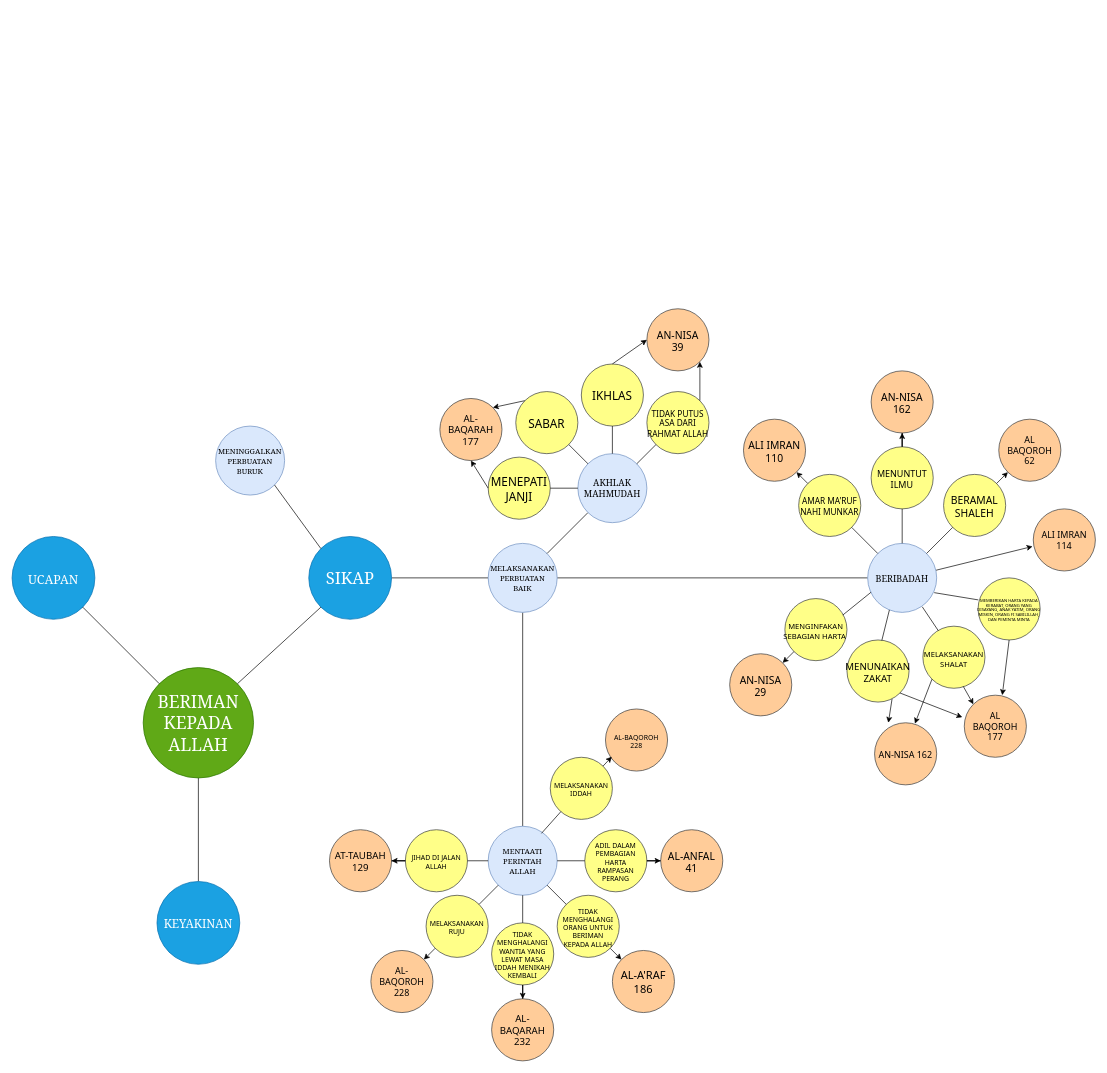
Alfthrpy/Iseng keeps this draw.io diagram as ilta.drawio. Above is the earlier version. Source tidied: cells renumbered, new cells numbered last; positions are measured from the earlier drawing's top-left corner, leaving out a move shared by most shapes. Both pictures are drawn from the tidied source at 69%, with x=0, y=0 at pixel (12, 288).
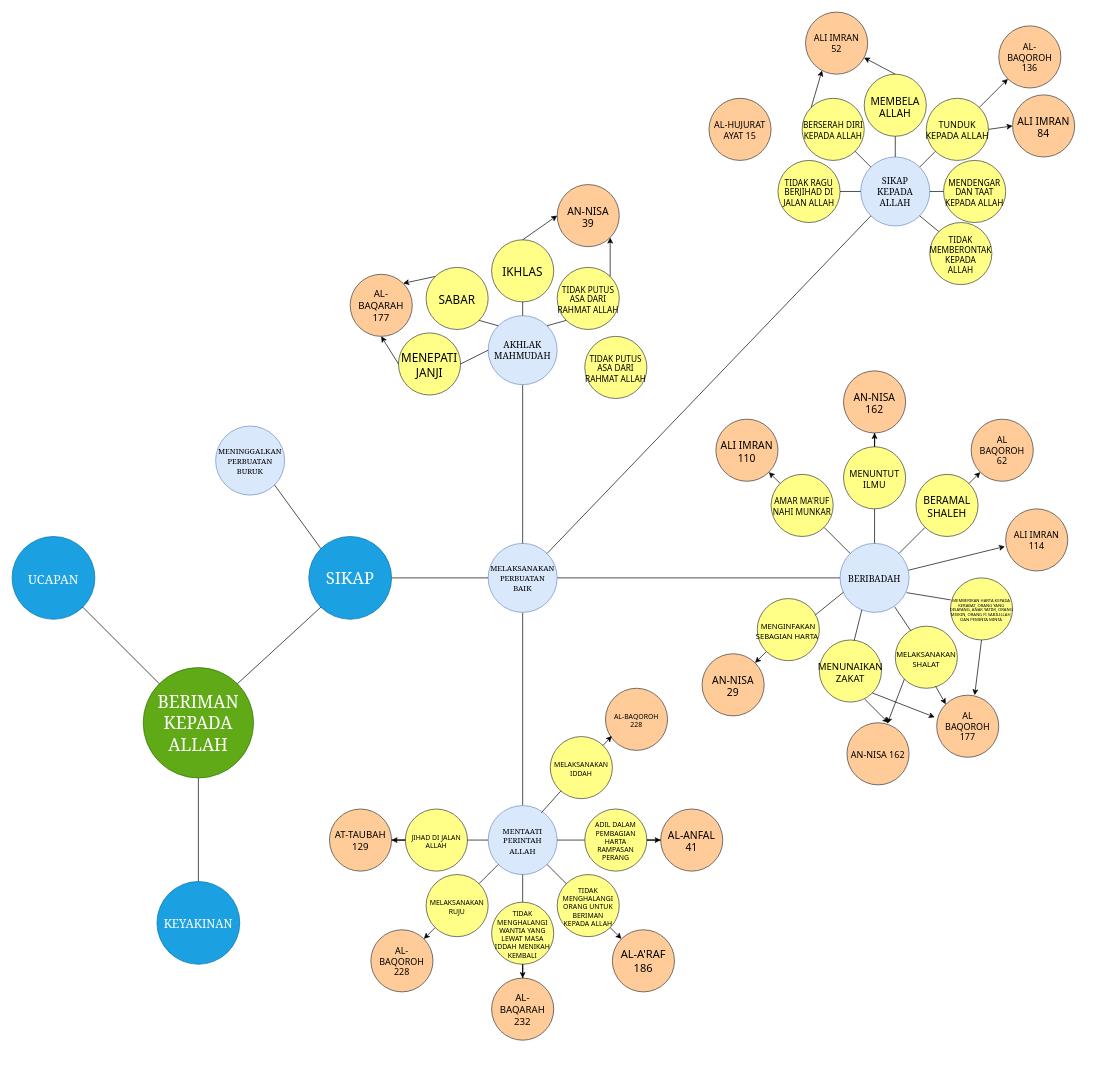
Above is the later version.

Unchanged cells that the change refers to:
```xml
<mxCell id="13" value="&lt;font face=&quot;Georgia&quot;&gt;&lt;span style=&quot;font-size: 11px;&quot;&gt;MELAKSANAKAN PERBUATAN BAIK&lt;/span&gt;&lt;/font&gt;" style="ellipse;whiteSpace=wrap;html=1;spacingTop=2;spacing=5;fillColor=#dae8fc;strokeColor=#6c8ebf;" parent="1" vertex="1">
  <mxGeometry x="690" y="370" width="100" height="100" as="geometry" />
</mxCell>
```

The edit, as a diff of the source:
```diff
@@
     <mxCell id="15" style="group;" parent="1" vertex="1">
-      <mxGeometry x="460" y="610" width="590" height="510" as="geometry" />
+      <mxGeometry x="460" y="580" width="590" height="510" as="geometry" />
     </mxCell>
@@
-    <mxCell id="42" style="endArrow=none;html=1;rounded=0;exitX=1;exitY=0;exitDx=0;exitDy=0;entryX=0;entryY=1;entryDx=0;entryDy=0;endFill=0;" parent="1" edge="1" source="13" target="76">
+    <mxCell id="42" style="endArrow=none;html=1;rounded=0;exitX=0.5;exitY=0;exitDx=0;exitDy=0;entryX=0.5;entryY=1;entryDx=0;entryDy=0;endFill=0;" parent="1" edge="1" source="13" target="76">
       <mxGeometry relative="1" as="geometry" />
     </mxCell>
     <mxCell id="43" style="group;" parent="1" vertex="1">
-      <mxGeometry x="1040" y="120" width="530" height="600" as="geometry" />
+      <mxGeometry x="1000" y="120" width="530" height="600" as="geometry" />
     </mxCell>
@@
     <mxCell id="75" style="group;" parent="1" vertex="1">
-      <mxGeometry x="580" width="510" height="340" as="geometry" />
+      <mxGeometry x="450" y="-50" width="540" height="370" as="geometry" />
     </mxCell>
+    <mxCell id="91" style="group;" parent="75" vertex="1">
+      <mxGeometry x="40" y="-100" width="430" height="310" as="geometry" />
+    </mxCell>
-    <mxCell id="76" value="&lt;font face=&quot;Georgia&quot;&gt;AKHLAK MAHMUDAH&lt;/font&gt;" style="ellipse;whiteSpace=wrap;html=1;spacingTop=2;spacing=5;fontSize=13;fillColor=#dae8fc;strokeColor=#6c8ebf;" parent="75" vertex="1">
-      <mxGeometry x="240" y="240" width="100" height="100" as="geometry" />
+    <mxCell id="76" value="&lt;font face=&quot;Georgia&quot;&gt;AKHLAK MAHMUDAH&lt;/font&gt;" style="ellipse;whiteSpace=wrap;html=1;spacingTop=2;spacing=5;fontSize=13;fillColor=#dae8fc;strokeColor=#6c8ebf;" parent="91" vertex="1">
+      <mxGeometry x="200" y="190" width="100" height="100" as="geometry" />
     </mxCell>
-    <mxCell id="77" value="MENEPATI JANJI" style="ellipse;whiteSpace=wrap;html=1;spacingTop=3;spacing=-1;fontSize=17;fontFamily=Tahoma;horizontal=1;fillColor=#ffff88;strokeColor=#36393d;" parent="75" vertex="1">
-      <mxGeometry x="110" y="245" width="90" height="90" as="geometry" />
+    <mxCell id="77" value="MENEPATI JANJI" style="ellipse;whiteSpace=wrap;html=1;spacingTop=3;spacing=-1;fontSize=17;fontFamily=Tahoma;horizontal=1;fillColor=#ffff88;strokeColor=#36393d;" parent="91" vertex="1">
+      <mxGeometry x="70" y="215" width="90" height="90" as="geometry" />
     </mxCell>
-    <mxCell id="78" value="SABAR" style="ellipse;whiteSpace=wrap;html=1;spacingTop=3;spacing=-1;fontSize=17;fontFamily=Tahoma;horizontal=1;fillColor=#ffff88;strokeColor=#36393d;" parent="75" vertex="1">
-      <mxGeometry x="150" y="150" width="90" height="90" as="geometry" />
+    <mxCell id="78" value="SABAR" style="ellipse;whiteSpace=wrap;html=1;spacingTop=3;spacing=-1;fontSize=17;fontFamily=Tahoma;horizontal=1;fillColor=#ffff88;strokeColor=#36393d;" parent="91" vertex="1">
+      <mxGeometry x="110" y="120" width="90" height="90" as="geometry" />
     </mxCell>
-    <mxCell id="79" value="IKHLAS" style="ellipse;whiteSpace=wrap;html=1;spacingTop=3;spacing=-1;fontSize=17;fontFamily=Tahoma;horizontal=1;fillColor=#ffff88;strokeColor=#36393d;" parent="75" vertex="1">
-      <mxGeometry x="245" y="110" width="90" height="90" as="geometry" />
+    <mxCell id="79" value="IKHLAS" style="ellipse;whiteSpace=wrap;html=1;spacingTop=3;spacing=-1;fontSize=17;fontFamily=Tahoma;horizontal=1;fillColor=#ffff88;strokeColor=#36393d;" parent="91" vertex="1">
+      <mxGeometry x="205" y="80" width="90" height="90" as="geometry" />
     </mxCell>
-    <mxCell id="80" value="TIDAK PUTUS ASA DARI RAHMAT ALLAH" style="ellipse;whiteSpace=wrap;html=1;spacingTop=3;spacing=-1;fontSize=12;fontFamily=Tahoma;horizontal=1;fillColor=#ffff88;strokeColor=#36393d;" parent="75" vertex="1">
-      <mxGeometry x="340" y="150" width="90" height="90" as="geometry" />
+    <mxCell id="80" value="TIDAK PUTUS ASA DARI RAHMAT ALLAH" style="ellipse;whiteSpace=wrap;html=1;spacingTop=3;spacing=-1;fontSize=12;fontFamily=Tahoma;horizontal=1;fillColor=#ffff88;strokeColor=#36393d;" parent="91" vertex="1">
+      <mxGeometry x="300" y="120" width="90" height="90" as="geometry" />
     </mxCell>
-    <mxCell id="81" value="AN-NISA&lt;br&gt;39" style="ellipse;whiteSpace=wrap;html=1;spacingTop=2;spacing=5;fontSize=15;fontFamily=Tahoma;fillColor=#ffcc99;strokeColor=#36393d;" parent="75" vertex="1">
-      <mxGeometry x="340" y="30" width="90" height="90" as="geometry" />
+    <mxCell id="81" value="AN-NISA&lt;br&gt;39" style="ellipse;whiteSpace=wrap;html=1;spacingTop=2;spacing=5;fontSize=15;fontFamily=Tahoma;fillColor=#ffcc99;strokeColor=#36393d;" parent="91" vertex="1">
+      <mxGeometry x="300" width="90" height="90" as="geometry" />
     </mxCell>
-    <mxCell id="82" value="AL-BAQARAH&lt;br style=&quot;font-size: 14px;&quot;&gt;177" style="ellipse;whiteSpace=wrap;html=1;spacingTop=2;spacing=5;fontSize=14;fontFamily=Tahoma;fillColor=#ffcc99;strokeColor=#36393d;" parent="75" vertex="1">
-      <mxGeometry x="40" y="160" width="90" height="90" as="geometry" />
+    <mxCell id="82" value="AL-BAQARAH&lt;br style=&quot;font-size: 14px;&quot;&gt;177" style="ellipse;whiteSpace=wrap;html=1;spacingTop=2;spacing=5;fontSize=14;fontFamily=Tahoma;fillColor=#ffcc99;strokeColor=#36393d;" parent="91" vertex="1">
+      <mxGeometry y="130" width="90" height="90" as="geometry" />
     </mxCell>
-    <mxCell id="83" style="endArrow=none;html=1;rounded=0;exitX=0;exitY=0.5;exitDx=0;exitDy=0;entryX=1;entryY=0.5;entryDx=0;entryDy=0;endFill=0;" parent="75" edge="1" source="76" target="77">
+    <mxCell id="83" style="endArrow=none;html=1;rounded=0;exitX=0;exitY=0.5;exitDx=0;exitDy=0;entryX=1;entryY=0.5;entryDx=0;entryDy=0;endFill=0;" parent="91" edge="1" source="76" target="77">
       <mxGeometry relative="1" as="geometry" />
     </mxCell>
-    <mxCell id="84" style="endArrow=none;html=1;rounded=0;exitX=1;exitY=1;exitDx=0;exitDy=0;entryX=0;entryY=0;entryDx=0;entryDy=0;endFill=0;" parent="75" edge="1" source="78" target="76">
+    <mxCell id="84" style="endArrow=none;html=1;rounded=0;exitX=1;exitY=1;exitDx=0;exitDy=0;entryX=0;entryY=0;entryDx=0;entryDy=0;endFill=0;" parent="91" edge="1" source="78" target="76">
       <mxGeometry relative="1" as="geometry" />
     </mxCell>
-    <mxCell id="85" style="endArrow=none;html=1;rounded=0;exitX=0.5;exitY=1;exitDx=0;exitDy=0;entryX=0.5;entryY=0;entryDx=0;entryDy=0;endFill=0;" parent="75" edge="1" source="79" target="76">
+    <mxCell id="85" style="endArrow=none;html=1;rounded=0;exitX=0.5;exitY=1;exitDx=0;exitDy=0;entryX=0.5;entryY=0;entryDx=0;entryDy=0;endFill=0;" parent="91" edge="1" source="79" target="76">
       <mxGeometry relative="1" as="geometry" />
     </mxCell>
-    <mxCell id="86" style="endArrow=none;html=1;rounded=0;exitX=1;exitY=0;exitDx=0;exitDy=0;entryX=0;entryY=1;entryDx=0;entryDy=0;endFill=0;" parent="75" edge="1" source="76" target="80">
+    <mxCell id="86" style="endArrow=none;html=1;rounded=0;exitX=1;exitY=0;exitDx=0;exitDy=0;entryX=0;entryY=1;entryDx=0;entryDy=0;endFill=0;" parent="91" edge="1" source="76" target="80">
       <mxGeometry relative="1" as="geometry" />
     </mxCell>
-    <mxCell id="87" style="endArrow=classic;html=1;rounded=0;exitX=0.5;exitY=0;exitDx=0;exitDy=0;endFill=1;entryX=0;entryY=0.5;entryDx=0;entryDy=0;" parent="75" edge="1" source="79" target="81">
+    <mxCell id="87" style="endArrow=classic;html=1;rounded=0;exitX=0.5;exitY=0;exitDx=0;exitDy=0;endFill=1;entryX=0;entryY=0.5;entryDx=0;entryDy=0;" parent="91" edge="1" source="79" target="81">
       <mxGeometry relative="1" as="geometry" />
     </mxCell>
-    <mxCell id="88" style="endArrow=classic;html=1;rounded=0;entryX=1;entryY=0;entryDx=0;entryDy=0;endFill=1;exitX=0;exitY=0;exitDx=0;exitDy=0;" parent="75" edge="1" source="78" target="82">
+    <mxCell id="88" style="endArrow=classic;html=1;rounded=0;entryX=1;entryY=0;entryDx=0;entryDy=0;endFill=1;exitX=0;exitY=0;exitDx=0;exitDy=0;" parent="91" edge="1" source="78" target="82">
       <mxGeometry relative="1" as="geometry" />
     </mxCell>
-    <mxCell id="89" style="endArrow=classic;html=1;rounded=0;entryX=0.5;entryY=1;entryDx=0;entryDy=0;endFill=1;exitX=0;exitY=0.5;exitDx=0;exitDy=0;" parent="75" edge="1" source="77" target="82">
+    <mxCell id="89" style="endArrow=classic;html=1;rounded=0;entryX=0.5;entryY=1;entryDx=0;entryDy=0;endFill=1;exitX=0;exitY=0.5;exitDx=0;exitDy=0;" parent="91" edge="1" source="77" target="82">
       <mxGeometry relative="1" as="geometry" />
     </mxCell>
-    <mxCell id="90" style="endArrow=classic;html=1;rounded=0;exitX=1;exitY=0;exitDx=0;exitDy=0;endFill=1;entryX=1;entryY=1;entryDx=0;entryDy=0;" parent="75" edge="1" source="80" target="81">
+    <mxCell id="90" style="endArrow=classic;html=1;rounded=0;exitX=1;exitY=0;exitDx=0;exitDy=0;endFill=1;entryX=1;entryY=1;entryDx=0;entryDy=0;" parent="91" edge="1" source="80" target="81">
       <mxGeometry relative="1" as="geometry" />
     </mxCell>
+    <mxCell id="92" value="TIDAK PUTUS ASA DARI RAHMAT ALLAH" style="ellipse;whiteSpace=wrap;html=1;spacingTop=3;spacing=-1;fontSize=12;fontFamily=Tahoma;horizontal=1;fillColor=#ffff88;strokeColor=#36393d;" parent="91" vertex="1">
+      <mxGeometry x="340" y="220" width="90" height="90" as="geometry" />
+    </mxCell>
+    <mxCell id="93" value="&lt;font face=&quot;Georgia&quot;&gt;SIKAP KEPADA ALLAH&lt;/font&gt;" style="ellipse;whiteSpace=wrap;html=1;spacingTop=2;spacing=5;fontSize=13;fillColor=#dae8fc;strokeColor=#6c8ebf;" parent="1" vertex="1">
+      <mxGeometry x="1230" y="-190" width="100" height="100" as="geometry" />
+    </mxCell>
+    <mxCell id="94" style="endArrow=none;html=1;rounded=0;exitX=1;exitY=0;exitDx=0;exitDy=0;entryX=0;entryY=1;entryDx=0;entryDy=0;endFill=0;" parent="1" edge="1" source="13" target="93">
+      <mxGeometry relative="1" as="geometry" />
+    </mxCell>
+    <mxCell id="95" value="MEMBELA&lt;br style=&quot;font-size: 15px;&quot;&gt;ALLAH" style="ellipse;whiteSpace=wrap;html=1;spacingTop=3;spacing=-1;fontSize=15;fontFamily=Tahoma;horizontal=1;fillColor=#ffff88;strokeColor=#36393d;" parent="1" vertex="1">
+      <mxGeometry x="1235" y="-310" width="90" height="90" as="geometry" />
+    </mxCell>
+    <mxCell id="96" value="TUNDUK&lt;br style=&quot;font-size: 13px;&quot;&gt;KEPADA ALLAH" style="ellipse;whiteSpace=wrap;html=1;spacingTop=3;spacing=-1;fontSize=13;fontFamily=Tahoma;horizontal=1;fillColor=#ffff88;strokeColor=#36393d;" parent="1" vertex="1">
+      <mxGeometry x="1325" y="-275" width="90" height="90" as="geometry" />
+    </mxCell>
+    <mxCell id="97" value="MENDENGAR DAN TAAT KEPADA ALLAH" style="ellipse;whiteSpace=wrap;html=1;spacingTop=3;spacing=-1;fontSize=12;fontFamily=Tahoma;horizontal=1;fillColor=#ffff88;strokeColor=#36393d;" parent="1" vertex="1">
+      <mxGeometry x="1350" y="-185" width="90" height="90" as="geometry" />
+    </mxCell>
+    <mxCell id="98" value="ALI IMRAN&lt;br&gt;84" style="ellipse;whiteSpace=wrap;html=1;spacingTop=2;spacing=5;fontSize=15;fontFamily=Tahoma;fillColor=#ffcc99;strokeColor=#36393d;" parent="1" vertex="1">
+      <mxGeometry x="1450" y="-280" width="90" height="90" as="geometry" />
+    </mxCell>
+    <mxCell id="99" value="AL-BAQOROH&lt;br style=&quot;font-size: 13px;&quot;&gt;136" style="ellipse;whiteSpace=wrap;html=1;spacingTop=2;spacing=5;fontSize=13;fontFamily=Tahoma;fillColor=#ffcc99;strokeColor=#36393d;" parent="1" vertex="1">
+      <mxGeometry x="1430" y="-380" width="90" height="90" as="geometry" />
+    </mxCell>
+    <mxCell id="100" value="BERSERAH DIRI KEPADA ALLAH" style="ellipse;whiteSpace=wrap;html=1;spacingTop=3;spacing=-1;fontSize=12;fontFamily=Tahoma;horizontal=1;fillColor=#ffff88;strokeColor=#36393d;" parent="1" vertex="1">
+      <mxGeometry x="1145" y="-275" width="90" height="90" as="geometry" />
+    </mxCell>
+    <mxCell id="101" value="TIDAK RAGU BERJIHAD DI JALAN ALLAH" style="ellipse;whiteSpace=wrap;html=1;spacingTop=3;spacing=-1;fontSize=12;fontFamily=Tahoma;horizontal=1;fillColor=#ffff88;strokeColor=#36393d;" parent="1" vertex="1">
+      <mxGeometry x="1110" y="-185" width="90" height="90" as="geometry" />
+    </mxCell>
+    <mxCell id="102" style="endArrow=classic;html=1;rounded=0;exitX=1;exitY=0.5;exitDx=0;exitDy=0;entryX=0;entryY=0.5;entryDx=0;entryDy=0;" parent="1" edge="1" source="96" target="98">
+      <mxGeometry relative="1" as="geometry" />
+    </mxCell>
+    <mxCell id="103" style="endArrow=classic;html=1;rounded=0;exitX=1;exitY=0;exitDx=0;exitDy=0;entryX=0;entryY=1;entryDx=0;entryDy=0;" parent="1" edge="1" source="96" target="99">
+      <mxGeometry relative="1" as="geometry" />
+    </mxCell>
+    <mxCell id="104" value="ALI IMRAN&lt;br&gt;52" style="ellipse;whiteSpace=wrap;html=1;spacingTop=2;spacing=5;fontSize=13;fontFamily=Tahoma;fillColor=#ffcc99;strokeColor=#36393d;" parent="1" vertex="1">
+      <mxGeometry x="1150" y="-400" width="90" height="90" as="geometry" />
+    </mxCell>
+    <mxCell id="105" value="TIDAK MEMBERONTAK KEPADA&lt;br&gt;ALLAH" style="ellipse;whiteSpace=wrap;html=1;spacingTop=3;spacing=-1;fontSize=12;fontFamily=Tahoma;horizontal=1;fillColor=#ffff88;strokeColor=#36393d;" parent="1" vertex="1">
+      <mxGeometry x="1330" y="-95" width="90" height="90" as="geometry" />
+    </mxCell>
+    <mxCell id="106" style="endArrow=classic;html=1;rounded=0;exitX=0.5;exitY=0;exitDx=0;exitDy=0;" parent="1" edge="1" source="95" target="104">
+      <mxGeometry relative="1" as="geometry" />
+    </mxCell>
+    <mxCell id="107" style="endArrow=classic;html=1;rounded=0;exitX=0;exitY=0;exitDx=0;exitDy=0;entryX=0.265;entryY=0.941;entryDx=0;entryDy=0;entryPerimeter=0;" parent="1" edge="1" source="100" target="104">
+      <mxGeometry relative="1" as="geometry" />
+    </mxCell>
+    <mxCell id="108" style="endArrow=none;html=1;rounded=0;entryX=0;entryY=0.5;entryDx=0;entryDy=0;endFill=0;exitX=1;exitY=0.5;exitDx=0;exitDy=0;" parent="1" edge="1" source="101" target="93">
+      <mxGeometry relative="1" as="geometry" />
+    </mxCell>
+    <mxCell id="109" style="endArrow=none;html=1;rounded=0;entryX=0;entryY=0;entryDx=0;entryDy=0;endFill=0;exitX=1;exitY=1;exitDx=0;exitDy=0;" parent="1" edge="1" source="100" target="93">
+      <mxGeometry relative="1" as="geometry" />
+    </mxCell>
+    <mxCell id="110" style="endArrow=none;html=1;rounded=0;entryX=0.5;entryY=0;entryDx=0;entryDy=0;endFill=0;exitX=0.5;exitY=1;exitDx=0;exitDy=0;" parent="1" edge="1" source="95" target="93">
+      <mxGeometry relative="1" as="geometry" />
+    </mxCell>
+    <mxCell id="111" style="endArrow=none;html=1;rounded=0;entryX=1;entryY=0;entryDx=0;entryDy=0;endFill=0;exitX=0;exitY=1;exitDx=0;exitDy=0;" parent="1" edge="1" source="96" target="93">
+      <mxGeometry relative="1" as="geometry" />
+    </mxCell>
+    <mxCell id="112" style="endArrow=none;html=1;rounded=0;entryX=1;entryY=0.5;entryDx=0;entryDy=0;endFill=0;exitX=0;exitY=0.5;exitDx=0;exitDy=0;" parent="1" edge="1" source="97" target="93">
+      <mxGeometry relative="1" as="geometry" />
+    </mxCell>
+    <mxCell id="113" style="endArrow=none;html=1;rounded=0;endFill=0;exitX=0;exitY=0;exitDx=0;exitDy=0;entryX=1;entryY=1;entryDx=0;entryDy=0;" parent="1" edge="1" source="105" target="93">
+      <mxGeometry relative="1" as="geometry" />
+    </mxCell>
+    <mxCell id="114" value="AL-HUJURAT AYAT 15" style="ellipse;whiteSpace=wrap;html=1;spacingTop=2;spacing=5;fontSize=13;fontFamily=Tahoma;fillColor=#ffcc99;strokeColor=#36393d;" parent="1" vertex="1">
+      <mxGeometry x="1010" y="-275" width="90" height="90" as="geometry" />
+    </mxCell>
```
